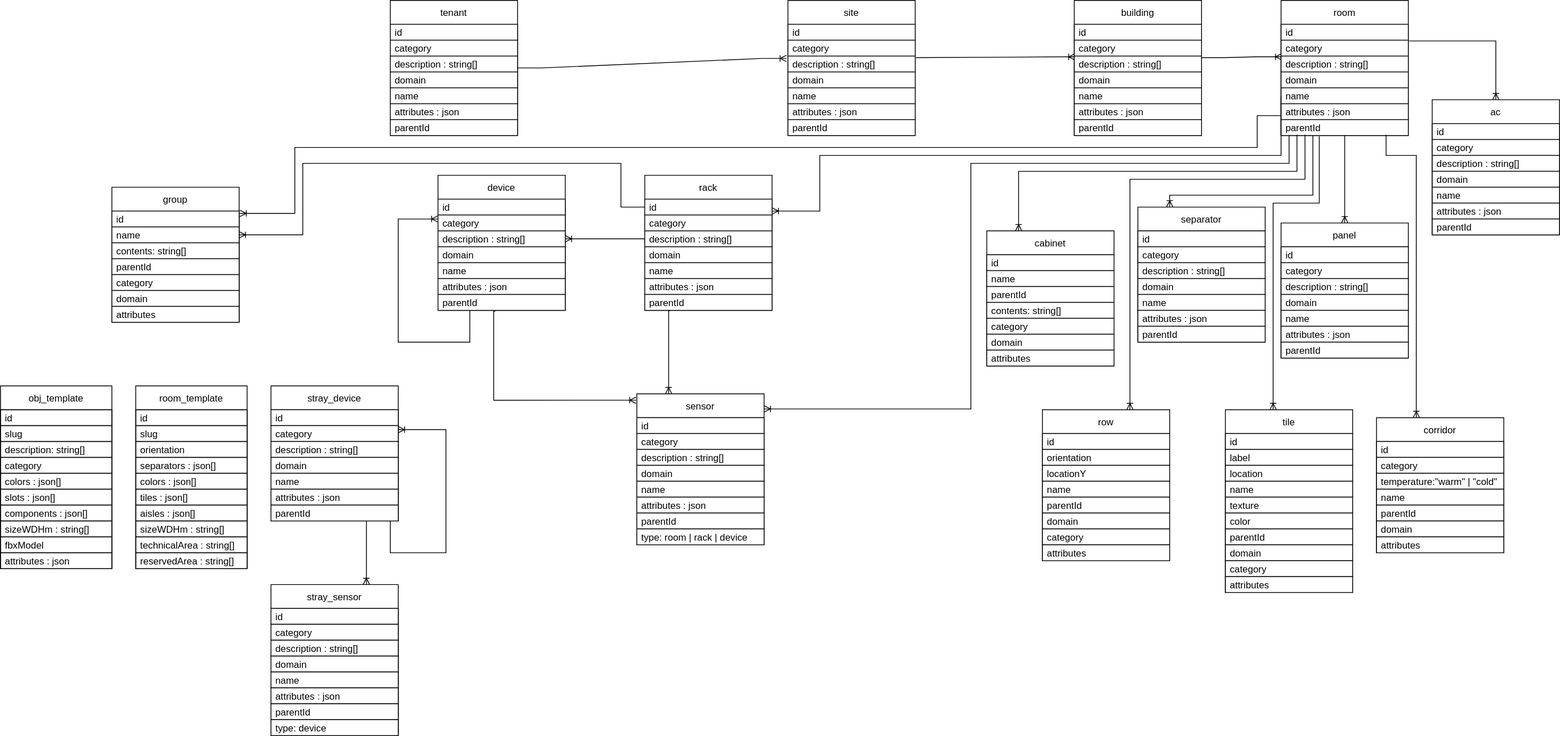
The draw.io diagram resources/diagrams/DB_Diagram.svg in ditrit/OGrEE-Core, before a commit. Source tidied: cells renumbered, new cells last; positions are measured from the earlier drawing's top-left corner, leaving out a move shared by most shapes.
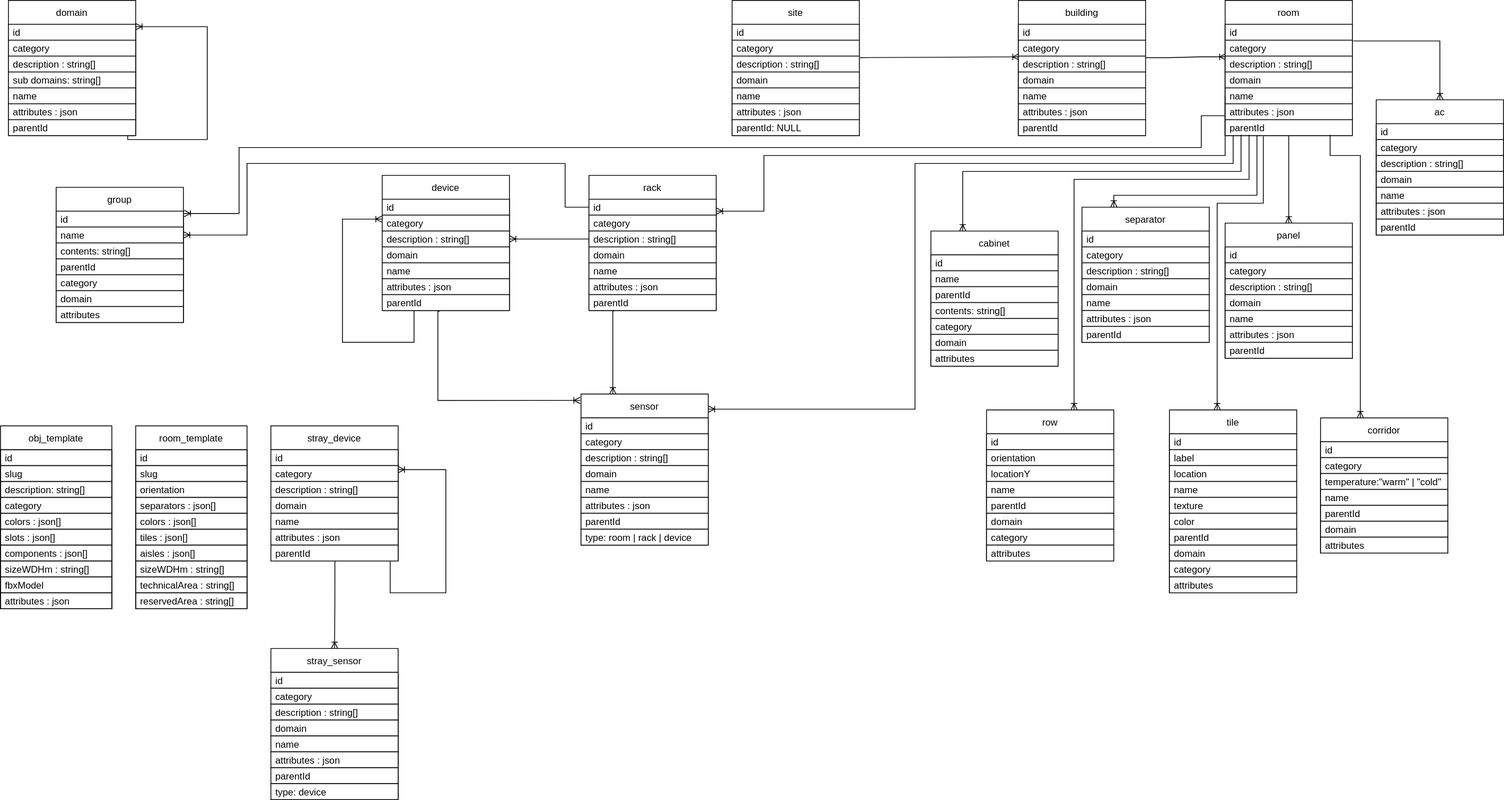
After the change.

The edit, as a diff of the source:
```diff
@@ -2,8 +2,8 @@
   <root>
     <mxCell id="0" />
     <mxCell id="1" parent="0" />
-    <mxCell id="2" value="tenant" style="swimlane;fontStyle=0;horizontal=1;startSize=30;fillColor=default;strokeColor=default;fontColor=default;" parent="1" vertex="1">
-      <mxGeometry x="490" width="160" height="170" as="geometry" />
+    <mxCell id="2" value="domain" style="swimlane;fontStyle=0;horizontal=1;startSize=30;fillColor=default;strokeColor=default;fontColor=default;" parent="1" vertex="1">
+      <mxGeometry x="80" width="160" height="170" as="geometry" />
     </mxCell>
     <mxCell id="3" value="id" style="text;strokeColor=default;fillColor=default;align=left;verticalAlign=middle;spacingLeft=4;spacingRight=4;overflow=hidden;points=[[0,0.5],[1,0.5]];portConstraint=eastwest;fontColor=default;" parent="2" vertex="1">
       <mxGeometry y="30" width="160" height="20" as="geometry" />
@@ -14,7 +14,7 @@
     <mxCell id="5" value="description : string[]" style="text;strokeColor=default;fillColor=default;align=left;verticalAlign=middle;spacingLeft=4;spacingRight=4;overflow=hidden;fontColor=default;" parent="2" vertex="1">
       <mxGeometry y="70" width="160" height="20" as="geometry" />
     </mxCell>
-    <mxCell id="6" value="domain" style="text;strokeColor=default;fillColor=default;align=left;verticalAlign=middle;spacingLeft=4;spacingRight=4;overflow=hidden;fontColor=default;" parent="2" vertex="1">
+    <mxCell id="6" value="sub domains: string[]" style="text;strokeColor=default;fillColor=default;align=left;verticalAlign=middle;spacingLeft=4;spacingRight=4;overflow=hidden;fontColor=default;" parent="2" vertex="1">
       <mxGeometry y="90" width="160" height="20" as="geometry" />
     </mxCell>
     <mxCell id="7" value="name" style="text;strokeColor=default;fillColor=default;align=left;verticalAlign=middle;spacingLeft=4;spacingRight=4;overflow=hidden;fontColor=default;" parent="2" vertex="1">
@@ -26,9 +26,16 @@
     <mxCell id="9" value="parentId" style="text;strokeColor=default;fillColor=default;align=left;verticalAlign=middle;spacingLeft=4;spacingRight=4;overflow=hidden;points=[[0,0.5],[1,0.5]];portConstraint=eastwest;fontColor=default;" parent="2" vertex="1">
       <mxGeometry y="150" width="160" height="20" as="geometry" />
     </mxCell>
-    <mxCell id="10" style="endArrow=ERoneToMany;html=1;rounded=0;labelBackgroundColor=default;fontColor=default;strokeColor=default;entryX=-0.012;entryY=0.15;entryDx=0;entryDy=0;exitX=1;exitY=0.5;exitDx=0;exitDy=0;entryPerimeter=0;edgeStyle=entityRelationEdgeStyle;endFill=0;" parent="1" edge="1" source="2" target="27">
-      <mxGeometry relative="1" as="geometry" />
-    </mxCell>
+    <mxCell id="201" style="edgeStyle=orthogonalEdgeStyle;rounded=0;jettySize=auto;html=1;labelBackgroundColor=default;fontColor=default;endArrow=ERoneToMany;endFill=0;strokeColor=default;exitX=0.994;exitY=1;exitDx=0;exitDy=0;exitPerimeter=0;entryX=1;entryY=0.15;entryDx=0;entryDy=0;entryPerimeter=0;" parent="2" edge="1" source="9" target="3">
+      <mxGeometry relative="1" as="geometry">
+        <Array as="points">
+          <mxPoint x="150" y="170" />
+          <mxPoint x="150" y="175" />
+          <mxPoint x="250" y="175" />
+          <mxPoint x="250" y="33" />
+        </Array>
+      </mxGeometry>
+    </mxCell>
     <mxCell id="11" style="endArrow=ERoneToMany;html=1;rounded=0;labelBackgroundColor=default;fontColor=default;strokeColor=default;entryX=0.006;entryY=1.05;entryDx=0;entryDy=0;entryPerimeter=0;endFill=0;exitX=1.006;exitY=0.1;exitDx=0;exitDy=0;exitPerimeter=0;" parent="1" edge="1" source="27" target="34">
       <mxGeometry relative="1" as="geometry" />
     </mxCell>
@@ -36,7 +43,7 @@
       <mxGeometry relative="1" as="geometry" />
     </mxCell>
     <mxCell id="13" value="room_template" style="swimlane;fontStyle=0;horizontal=1;startSize=30;fontColor=default;strokeColor=default;fillColor=default;" parent="1" vertex="1">
-      <mxGeometry x="170" y="485" width="140" height="230" as="geometry" />
+      <mxGeometry x="240" y="535" width="140" height="230" as="geometry" />
     </mxCell>
     <mxCell id="14" value="id" style="text;strokeColor=default;fillColor=none;align=left;verticalAlign=middle;spacingLeft=4;spacingRight=4;overflow=hidden;fontColor=default;" parent="13" vertex="1">
       <mxGeometry y="30" width="140" height="20" as="geometry" />
@@ -89,7 +96,7 @@
     <mxCell id="30" value="attributes : json" style="text;strokeColor=default;fillColor=default;align=left;verticalAlign=middle;spacingLeft=4;spacingRight=4;overflow=hidden;fontColor=default;" parent="24" vertex="1">
       <mxGeometry y="130" width="160" height="20" as="geometry" />
     </mxCell>
-    <mxCell id="31" value="parentId" style="text;strokeColor=default;fillColor=default;align=left;verticalAlign=middle;spacingLeft=4;spacingRight=4;overflow=hidden;fontColor=default;" parent="24" vertex="1">
+    <mxCell id="31" value="parentId: NULL" style="text;strokeColor=default;fillColor=default;align=left;verticalAlign=middle;spacingLeft=4;spacingRight=4;overflow=hidden;fontColor=default;" parent="24" vertex="1">
       <mxGeometry y="150" width="160" height="20" as="geometry" />
     </mxCell>
     <mxCell id="32" value="building" style="swimlane;fontStyle=0;horizontal=1;startSize=30;fillColor=default;strokeColor=default;fontColor=default;" parent="1" vertex="1">
@@ -225,7 +232,7 @@
       </mxGeometry>
     </mxCell>
     <mxCell id="70" value="obj_template" style="swimlane;fontStyle=0;horizontal=1;startSize=30;fontColor=default;strokeColor=default;fillColor=default;" parent="1" vertex="1">
-      <mxGeometry y="485" width="140" height="230" as="geometry" />
+      <mxGeometry x="70" y="535" width="140" height="230" as="geometry" />
     </mxCell>
     <mxCell id="71" value="id" style="text;strokeColor=default;fillColor=none;align=left;verticalAlign=middle;spacingLeft=4;spacingRight=4;overflow=hidden;fontColor=default;" parent="70" vertex="1">
       <mxGeometry y="30" width="140" height="20" as="geometry" />
@@ -625,7 +632,7 @@
       </mxGeometry>
     </mxCell>
     <mxCell id="182" value="stray_device" style="swimlane;fontStyle=0;horizontal=1;startSize=30;fillColor=default;strokeColor=default;fontColor=default;" parent="1" vertex="1">
-      <mxGeometry x="340" y="485" width="160" height="170" as="geometry" />
+      <mxGeometry x="410" y="535" width="160" height="170" as="geometry" />
     </mxCell>
     <mxCell id="183" value="id" style="text;strokeColor=default;fillColor=default;align=left;verticalAlign=middle;spacingLeft=4;spacingRight=4;overflow=hidden;fontColor=default;" parent="182" vertex="1">
       <mxGeometry y="30" width="160" height="20" as="geometry" />
@@ -661,7 +668,7 @@
       </mxGeometry>
     </mxCell>
     <mxCell id="191" value="stray_sensor" style="swimlane;fontStyle=0;horizontal=1;startSize=30;fillColor=default;strokeColor=default;fontColor=default;" parent="1" vertex="1">
-      <mxGeometry x="340" y="735" width="160" height="190" as="geometry" />
+      <mxGeometry x="410" y="815" width="160" height="190" as="geometry" />
     </mxCell>
     <mxCell id="192" value="id" style="text;strokeColor=default;fillColor=default;align=left;verticalAlign=middle;spacingLeft=4;spacingRight=4;overflow=hidden;fontColor=default;" parent="191" vertex="1">
       <mxGeometry y="30" width="160" height="20" as="geometry" />
@@ -687,14 +694,10 @@
     <mxCell id="199" value="type:  device" style="text;strokeColor=default;fillColor=default;align=left;verticalAlign=middle;spacingLeft=4;spacingRight=4;overflow=hidden;fontColor=default;" parent="191" vertex="1">
       <mxGeometry y="170" width="160" height="20" as="geometry" />
     </mxCell>
-    <mxCell id="200" style="endArrow=ERoneToMany;html=1;rounded=0;labelBackgroundColor=default;fontColor=default;strokeColor=default;edgeStyle=orthogonalEdgeStyle;endFill=0;exitX=0.5;exitY=1;exitDx=0;exitDy=0;entryX=0.75;entryY=0;entryDx=0;entryDy=0;" parent="1" edge="1" target="191">
-      <mxGeometry relative="1" as="geometry">
-        <mxPoint x="460" y="655" as="sourcePoint" />
-        <Array as="points">
-          <mxPoint x="460" y="695" />
-          <mxPoint x="460" y="695" />
-        </Array>
-      </mxGeometry>
-    </mxCell>
+    <mxCell id="202" style="edgeStyle=orthogonalEdgeStyle;rounded=0;jettySize=auto;html=1;entryX=0.5;entryY=0;entryDx=0;entryDy=0;labelBackgroundColor=default;fontColor=default;endArrow=ERoneToMany;endFill=0;strokeColor=default;exitX=0.194;exitY=1.05;exitDx=0;exitDy=0;exitPerimeter=0;" parent="1" edge="1" target="191">
+      <mxGeometry relative="1" as="geometry">
+        <mxPoint x="490.5" y="705" as="sourcePoint" />
+      </mxGeometry>
+    </mxCell>
   </root>
 </mxGraphModel>
```
